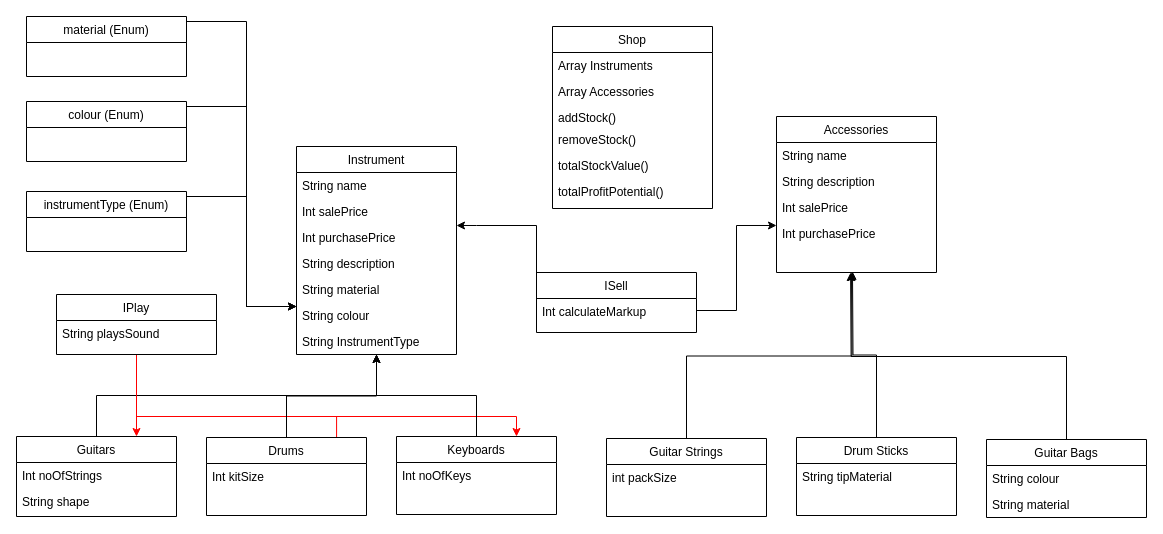
The draw.io diagram Class_Diagram.drawio in M5FGN/codeclan_homework_week12_weekend_music_shop, before the edit. Source tidied: cells renumbered, new cells numbered last; positions are measured from the earlier drawing's top-left corner, leaving out a move shared by most shapes. Both pictures are drawn from the tidied source at 100%, with x=0, y=0 at pixel (16, 16).
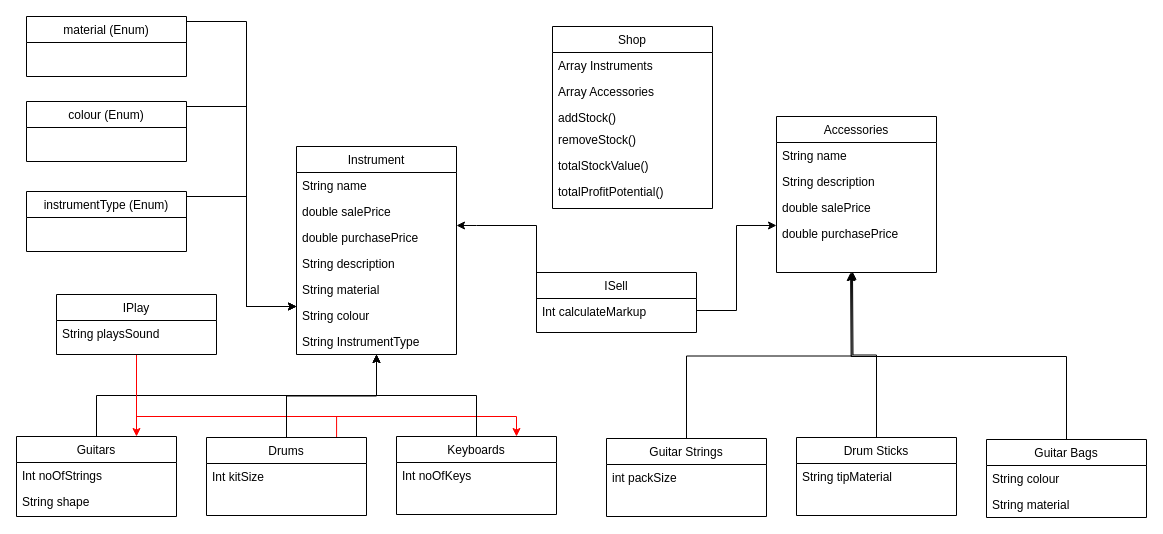
After the change.

The change refers to these unchanged cells:
```xml
<mxCell id="9" value="Accessories" style="swimlane;fontStyle=0;align=center;verticalAlign=top;horizontal=1;startSize=26;rounded=0;shadow=0;strokeWidth=1;" parent="1" vertex="1">
  <mxGeometry x="760" y="100" width="160" height="156" as="geometry" />
</mxCell>
<mxCell id="18" value="Instrument" style="swimlane;fontStyle=0;align=center;verticalAlign=top;horizontal=1;startSize=26;rounded=0;shadow=0;strokeWidth=1;" parent="1" vertex="1">
  <mxGeometry x="280" y="130" width="160" height="208" as="geometry" />
</mxCell>
```

Change to the diagram source:
```diff
@@
-    <mxCell id="12" value="Int salePrice" style="text;align=left;verticalAlign=top;spacingLeft=4;spacingRight=4;overflow=hidden;" parent="9" vertex="1">
+    <mxCell id="12" value="double salePrice" style="text;align=left;verticalAlign=top;spacingLeft=4;spacingRight=4;overflow=hidden;" parent="9" vertex="1">
       <mxGeometry y="78" width="160" height="26" as="geometry" />
     </mxCell>
-    <mxCell id="13" value="Int purchasePrice" style="text;align=left;verticalAlign=top;spacingLeft=4;spacingRight=4;overflow=hidden;points=[[0,0.5],[1,0.5]];portConstraint=eastwest;" parent="9" vertex="1">
+    <mxCell id="13" value="double purchasePrice" style="text;align=left;verticalAlign=top;spacingLeft=4;spacingRight=4;overflow=hidden;points=[[0,0.5],[1,0.5]];portConstraint=eastwest;" parent="9" vertex="1">
       <mxGeometry y="104" width="160" height="26" as="geometry" />
     </mxCell>
@@
-    <mxCell id="20" value="Int salePrice" style="text;align=left;verticalAlign=top;spacingLeft=4;spacingRight=4;overflow=hidden;" parent="18" vertex="1">
+    <mxCell id="20" value="double salePrice" style="text;align=left;verticalAlign=top;spacingLeft=4;spacingRight=4;overflow=hidden;" parent="18" vertex="1">
       <mxGeometry y="52" width="160" height="26" as="geometry" />
     </mxCell>
-    <mxCell id="21" value="Int purchasePrice" style="text;align=left;verticalAlign=top;spacingLeft=4;spacingRight=4;overflow=hidden;points=[[0,0.5],[1,0.5]];portConstraint=eastwest;" parent="18" vertex="1">
+    <mxCell id="21" value="double purchasePrice" style="text;align=left;verticalAlign=top;spacingLeft=4;spacingRight=4;overflow=hidden;points=[[0,0.5],[1,0.5]];portConstraint=eastwest;" parent="18" vertex="1">
       <mxGeometry y="78" width="160" height="26" as="geometry" />
     </mxCell>
```
